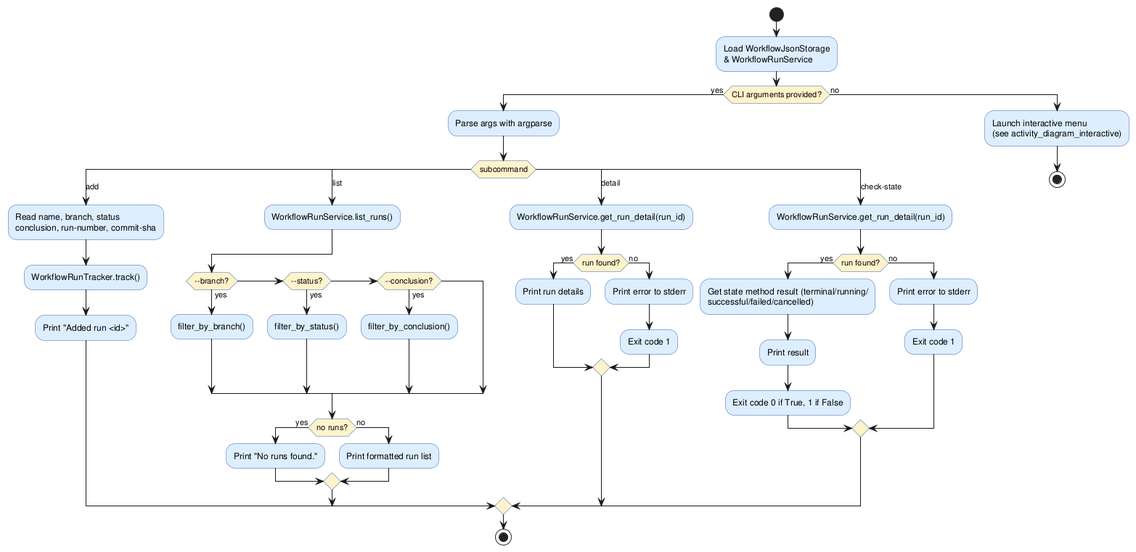
The PlantUML diagram experiments/broadcast/structured_text/github-workflow-manager/artifacts/activity_diagram_main.png in DanielRiha8906/Software_autoevolution_using_agents, before a commit.
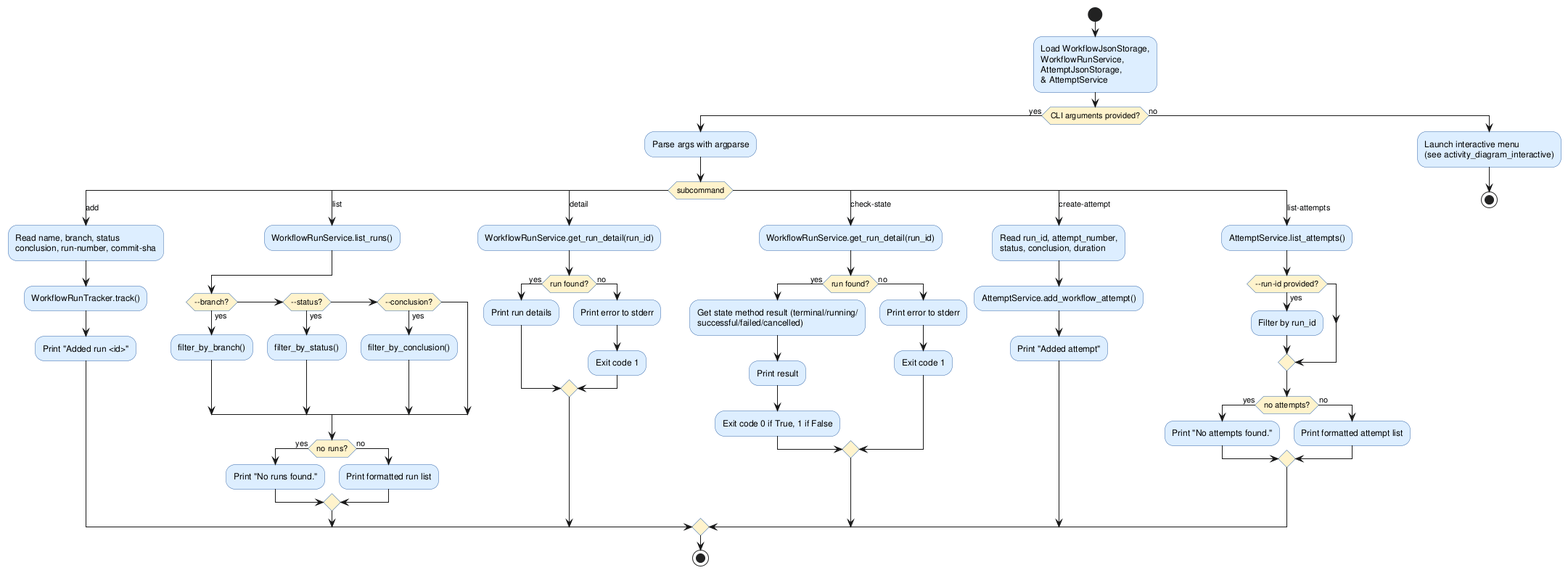
Above is the later version.

The edit, as a diff of the source:
```diff
@@ -6,7 +6,7 @@
 
 start
 
-:Load WorkflowJsonStorage\n& WorkflowRunService;
+:Load WorkflowJsonStorage,\nWorkflowRunService,\nAttemptJsonStorage,\n& AttemptService;
 
 if (CLI arguments provided?) then (yes)
   :Parse args with argparse;
@@ -52,6 +52,22 @@
         :Exit code 1;
       endif
 
+    case (create-attempt)
+      :Read run_id, attempt_number,\nstatus, conclusion, duration;
+      :AttemptService.add_workflow_attempt();
+      :Print "Added attempt";
+
+    case (list-attempts)
+      :AttemptService.list_attempts();
+      if (--run-id provided?) then (yes)
+        :Filter by run_id;
+      endif
+      if (no attempts?) then (yes)
+        :Print "No attempts found.";
+      else (no)
+        :Print formatted attempt list;
+      endif
+
   endswitch
   stop
 
```
